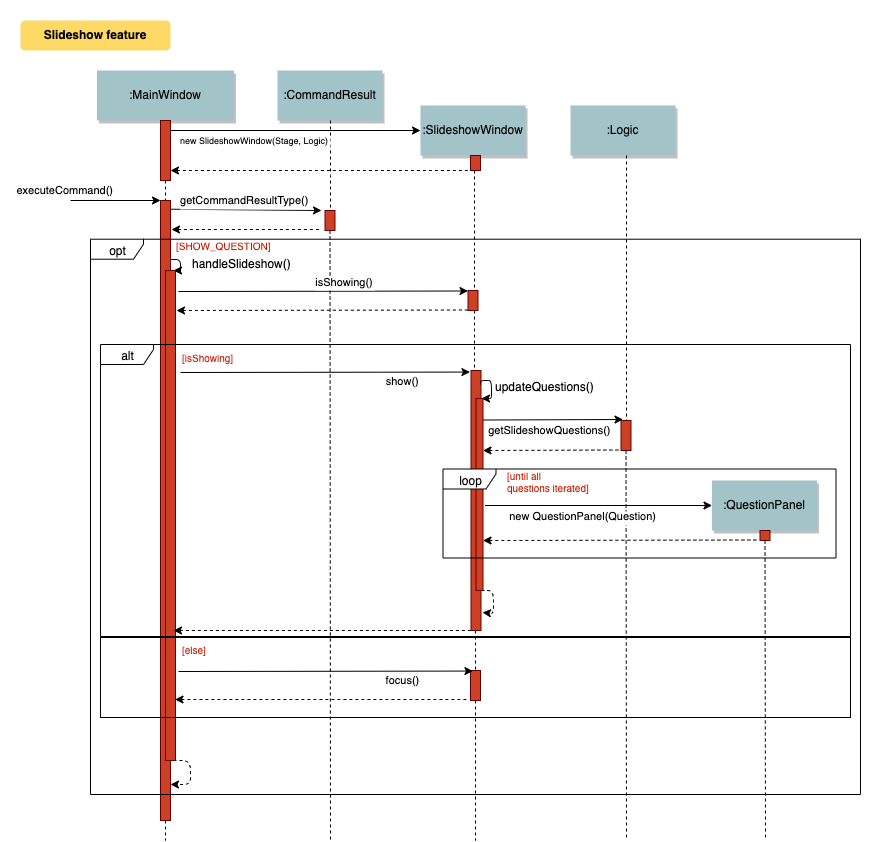
Before: docs/images/SlideshowFeatureSequenceDiagram.png, a diagram exported from draw.io (nus-cs2103-AY1920S1/addressbook-level3). Source tidied: cells renumbered, new cells last; positions are measured from the earlier drawing's top-left corner, leaving out a move shared by most shapes.
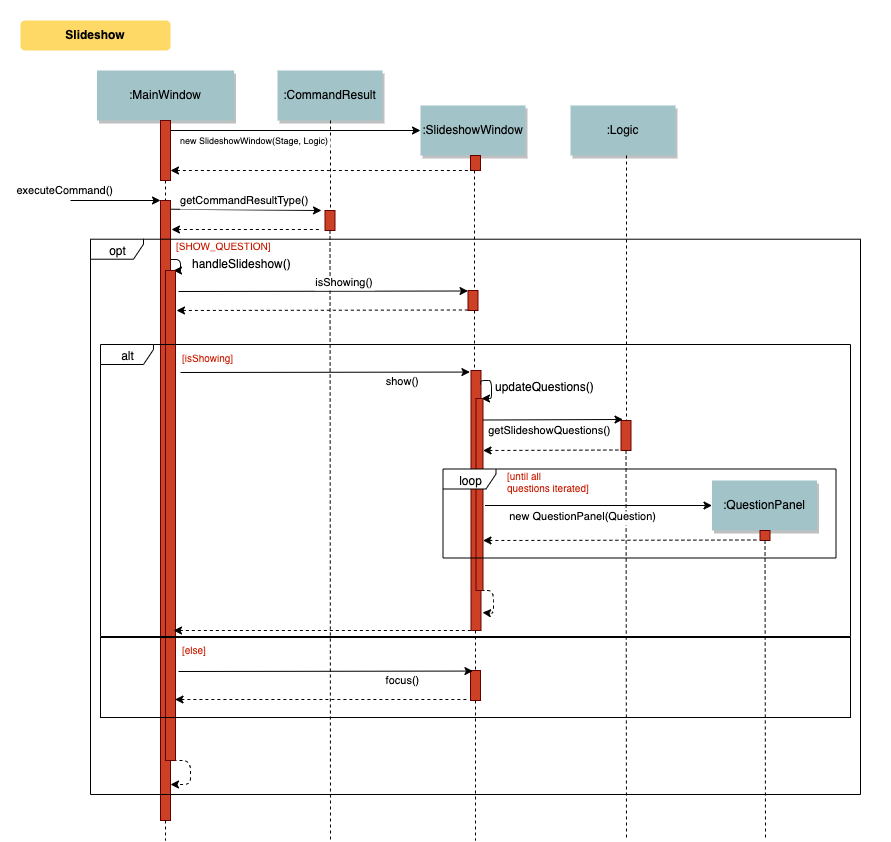
After the commit.

Commit message:
Adjust formatting of PPP and sequence diagram

Diff of the diagram source:
```diff
@@ -36,7 +36,7 @@
         <mxPoint x="165" y="840" as="targetPoint" />
       </mxGeometry>
     </mxCell>
-    <mxCell id="10" value="Slideshow feature" style="rounded=1;fontStyle=1;fillColor=#FFD966;strokeColor=none;" parent="1" vertex="1">
+    <mxCell id="10" value="Slideshow" style="rounded=1;fontStyle=1;fillColor=#FFD966;strokeColor=none;" parent="1" vertex="1">
       <mxGeometry x="20" y="20" width="150" height="30" as="geometry" />
     </mxCell>
     <mxCell id="11" style="edgeStyle=orthogonalEdgeStyle;rounded=1;jettySize=auto;html=1;exitX=0.75;exitY=1;exitDx=0;exitDy=0;entryX=1.043;entryY=0.942;entryDx=0;entryDy=0;dashed=1;entryPerimeter=0;" parent="1" edge="1" source="12" target="4">
```
